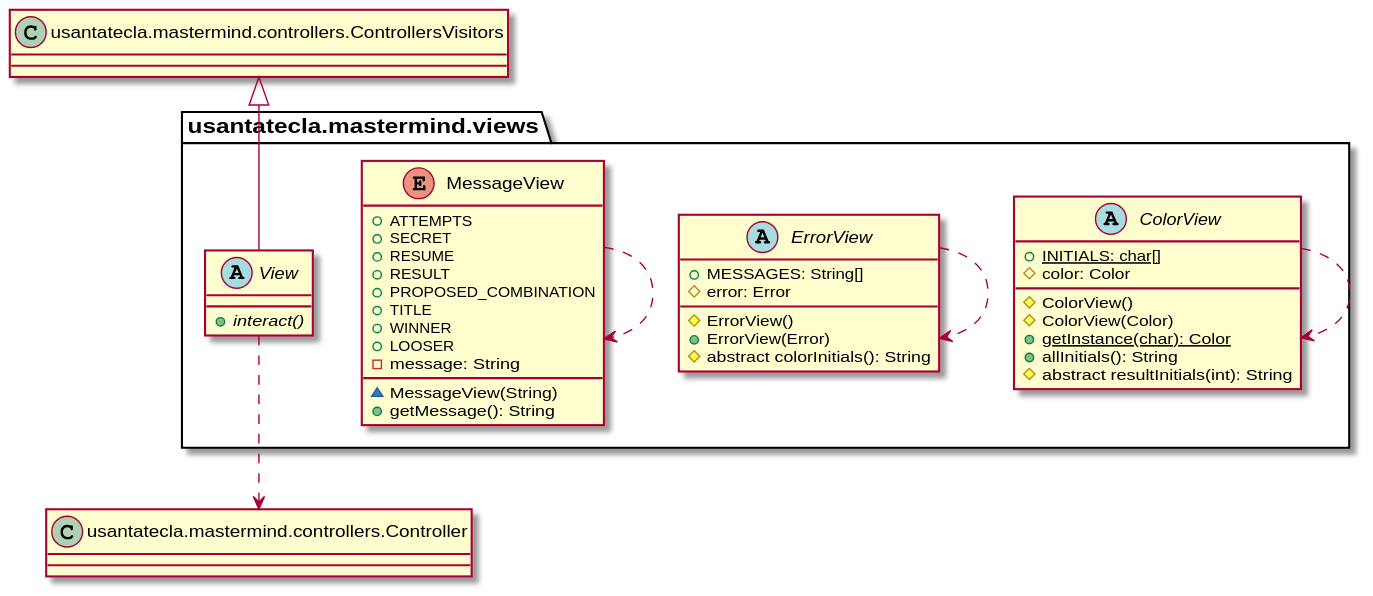
Above: modelViewPresenter/presentationModel/withDoubleDispatching/docs/diagrams/out/paquetes/usantatecla.mastermind.views.svg in SantaTecla-mastermind/solution.java.swing.socket.sql (PlantUML), before the change.
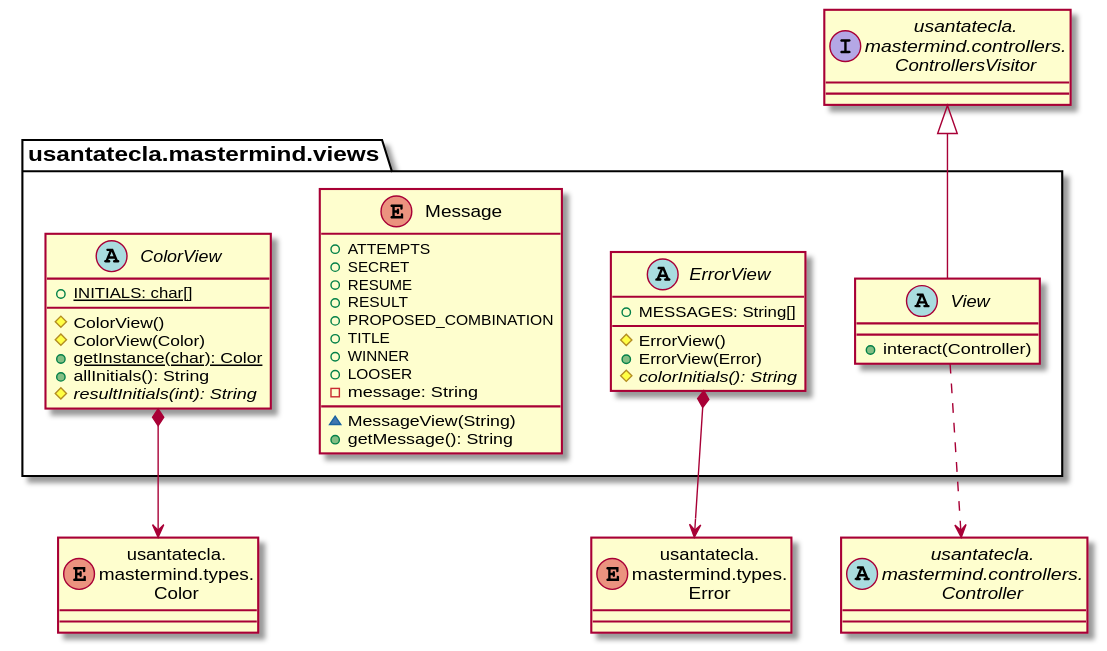
After the change.

Diff of the diagram source:
```diff
@@ -1,52 +1,44 @@
 @startuml
+interface ControllersVisitor as "usantatecla.\nmastermind.controllers.\nControllersVisitor"
+abstract class Controller as "usantatecla.\nmastermind.controllers.\nController"
+enum Color as "usantatecla.\nmastermind.types.\nColor"
+enum Error as "usantatecla.\nmastermind.types.\nError"
+
 abstract class  usantatecla.mastermind.views.ColorView{
-+ {static} INITIALS: char[]
-# color: Color
-# ColorView()
-# ColorView(Color)
-+ {static} getInstance(char): Color
-+ allInitials(): String
-# abstract resultInitials(int): String
+    + {static} INITIALS: char[]
+    # ColorView()
+    # ColorView(Color)
+    + {static} getInstance(char): Color
+    + allInitials(): String
+    # {abstract} resultInitials(int): String
 }
+usantatecla.mastermind.views.ColorView *-down-> Color
 
 abstract class  usantatecla.mastermind.views.ErrorView{
-+ MESSAGES: String[]
-# error: Error
-# ErrorView()
-+ ErrorView(Error)
-# abstract colorInitials(): String
+    + MESSAGES: String[]
+    # ErrorView()
+    + ErrorView(Error)
+    # {abstract} colorInitials(): String
 }
+usantatecla.mastermind.views.ErrorView *-down-> Error
 
- enum  usantatecla.mastermind.views.Message{
-+ ATTEMPTS
-+ SECRET
-+ RESUME
-+ RESULT
-+ PROPOSED_COMBINATION
-+ TITLE
-+ WINNER
-+ LOOSER
-- message: String
-~ MessageView(String)
-+ getMessage(): String
+enum  usantatecla.mastermind.views.Message{
+    + ATTEMPTS
+    + SECRET
+    + RESUME
+    + RESULT
+    + PROPOSED_COMBINATION
+    + TITLE
+    + WINNER
+    + LOOSER
+    - message: String
+    ~ MessageView(String)
+    + getMessage(): String
 }
 
 abstract class  usantatecla.mastermind.views.View{
-+ {abstract} interact()
+    + interact(Controller)
 }
-class ControllersVisitors as "usantatecla.mastermind.controllers.ControllersVisitors" {
-
-
-}
-
-class Controller as "usantatecla.mastermind.controllers.Controller" {
-
-
-}
-
-ControllersVisitors <|-down- usantatecla.mastermind.views.View
-usantatecla.mastermind.views.View ..> Controller
-usantatecla.mastermind.views.ColorView ..> usantatecla.mastermind.views.ColorView
-usantatecla.mastermind.views.ErrorView ..> usantatecla.mastermind.views.ErrorView
-usantatecla.mastermind.views.Message ..> usantatecla.mastermind.views.Message
+usantatecla.mastermind.views.View -up-|> ControllersVisitor
+usantatecla.mastermind.views.View .down.> Controller
 @enduml
```
